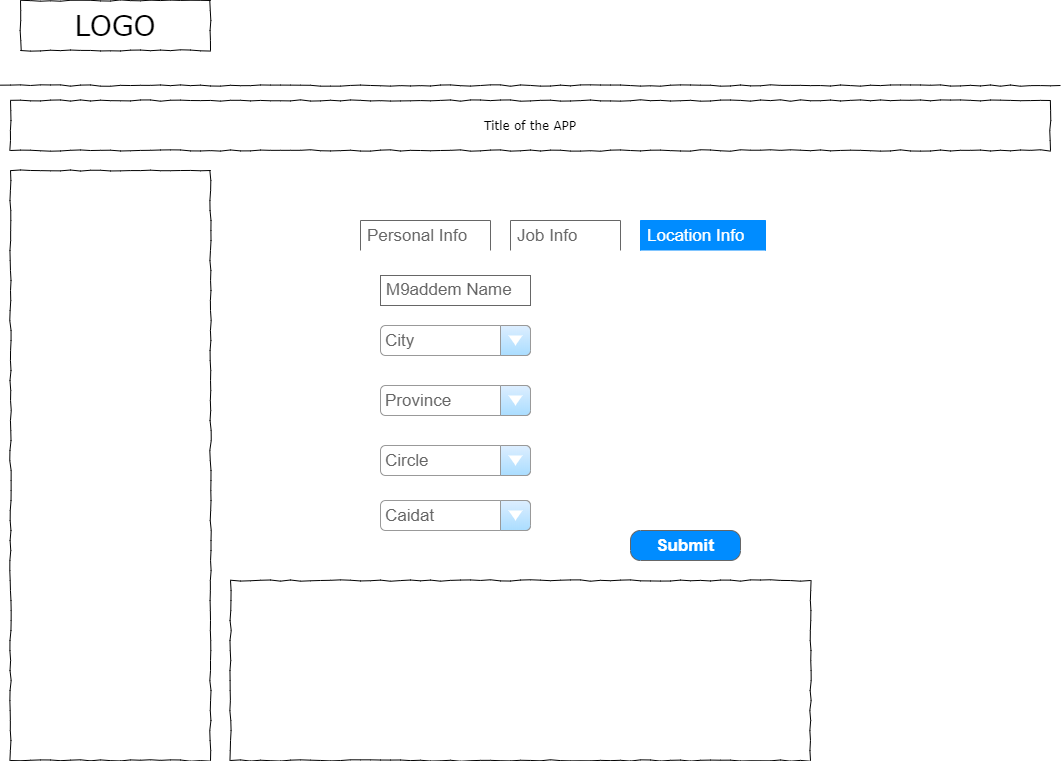
The draw.io diagram resources/wireframes/userRequestor/picture/UserRequestorForm3.png in incepter/Tayssir, before a commit. Source tidied: cells renumbered, new cells last; positions are measured from the earlier drawing's top-left corner, leaving out a move shared by most shapes. The source it was exported from:
```xml
<mxGraphModel>
  <root>
    <mxCell id="0" />
    <mxCell id="1" parent="0" />
    <mxCell id="2" value="LOGO" style="whiteSpace=wrap;html=1;rounded=0;shadow=0;labelBackgroundColor=none;strokeWidth=1;fontFamily=Verdana;fontSize=28;align=center;comic=1;" parent="1" vertex="1">
      <mxGeometry x="20" width="190" height="50" as="geometry" />
    </mxCell>
    <mxCell id="3" style="whiteSpace=wrap;html=1;rounded=0;shadow=0;labelBackgroundColor=none;strokeWidth=1;fillColor=none;fontFamily=Verdana;fontSize=12;align=center;comic=1;" parent="1" vertex="1">
      <mxGeometry x="10" y="170" width="200" height="590" as="geometry" />
    </mxCell>
    <mxCell id="4" style="line;strokeWidth=1;html=1;rounded=0;shadow=0;labelBackgroundColor=none;fillColor=none;fontFamily=Verdana;fontSize=14;fontColor=#000000;align=center;comic=1;" parent="1" vertex="1">
      <mxGeometry y="80" width="1060" height="10" as="geometry" />
    </mxCell>
    <mxCell id="5" value="Title of the APP" style="whiteSpace=wrap;html=1;rounded=0;shadow=0;labelBackgroundColor=none;strokeWidth=1;fillColor=none;fontFamily=Verdana;fontSize=12;align=center;comic=1;" parent="1" vertex="1">
      <mxGeometry x="10" y="100" width="1040" height="50" as="geometry" />
    </mxCell>
    <mxCell id="6" value="&lt;div style=&quot;text-align: justify&quot;&gt;&lt;br&gt;&lt;/div&gt;" style="whiteSpace=wrap;html=1;rounded=0;shadow=0;labelBackgroundColor=none;strokeWidth=1;fillColor=none;fontFamily=Verdana;fontSize=12;align=center;verticalAlign=top;spacing=10;comic=1;" parent="1" vertex="1">
      <mxGeometry x="230" y="580" width="580" height="180" as="geometry" />
    </mxCell>
    <mxCell id="7" value="Location Info" style="strokeWidth=1;shadow=0;dashed=0;align=center;html=1;shape=mxgraph.mockup.forms.uRect;fontSize=17;fontColor=#ffffff;align=left;spacingLeft=5;strokeColor=#008cff;fillColor=#008cff;" parent="1" vertex="1">
      <mxGeometry x="640" y="220" width="125" height="30" as="geometry" />
    </mxCell>
    <mxCell id="8" value="Job Info" style="strokeWidth=1;shadow=0;dashed=0;align=center;html=1;shape=mxgraph.mockup.forms.uRect;fontSize=17;fontColor=#666666;align=left;spacingLeft=5;strokeColor=#666666;" parent="1" vertex="1">
      <mxGeometry x="510" y="220" width="110" height="30" as="geometry" />
    </mxCell>
    <mxCell id="9" value="Personal Info" style="strokeWidth=1;shadow=0;dashed=0;align=center;html=1;shape=mxgraph.mockup.forms.uRect;fontSize=17;fontColor=#666666;align=left;spacingLeft=5;strokeColor=#666666;" parent="1" vertex="1">
      <mxGeometry x="360" y="220" width="130" height="30" as="geometry" />
    </mxCell>
    <mxCell id="10" value="Submit" style="strokeWidth=1;shadow=0;dashed=0;align=center;html=1;shape=mxgraph.mockup.buttons.button;strokeColor=#666666;fontColor=#ffffff;mainText=;buttonStyle=round;fontSize=17;fontStyle=1;fillColor=#008cff;whiteSpace=wrap;" parent="1" vertex="1">
      <mxGeometry x="630" y="530" width="110" height="30" as="geometry" />
    </mxCell>
    <mxCell id="11" value="City" style="strokeWidth=1;shadow=0;dashed=0;align=center;html=1;shape=mxgraph.mockup.forms.comboBox;strokeColor=#999999;fillColor=#ddeeff;align=left;fillColor2=#aaddff;mainText=;fontColor=#666666;fontSize=17;spacingLeft=3;" parent="1" vertex="1">
      <mxGeometry x="380" y="325" width="150" height="30" as="geometry" />
    </mxCell>
    <mxCell id="12" value="Province" style="strokeWidth=1;shadow=0;dashed=0;align=center;html=1;shape=mxgraph.mockup.forms.comboBox;strokeColor=#999999;fillColor=#ddeeff;align=left;fillColor2=#aaddff;mainText=;fontColor=#666666;fontSize=17;spacingLeft=3;" parent="1" vertex="1">
      <mxGeometry x="380" y="385" width="150" height="30" as="geometry" />
    </mxCell>
    <mxCell id="13" value="Circle" style="strokeWidth=1;shadow=0;dashed=0;align=center;html=1;shape=mxgraph.mockup.forms.comboBox;strokeColor=#999999;fillColor=#ddeeff;align=left;fillColor2=#aaddff;mainText=;fontColor=#666666;fontSize=17;spacingLeft=3;" parent="1" vertex="1">
      <mxGeometry x="380" y="445" width="150" height="30" as="geometry" />
    </mxCell>
    <mxCell id="14" value="M9addem Name" style="strokeWidth=1;shadow=0;dashed=0;align=center;html=1;shape=mxgraph.mockup.text.textBox;fontColor=#666666;align=left;fontSize=17;spacingLeft=4;spacingTop=-3;strokeColor=#666666;mainText=;" parent="1" vertex="1">
      <mxGeometry x="380" y="275" width="150" height="30" as="geometry" />
    </mxCell>
    <mxCell id="15" value="Caidat" style="strokeWidth=1;shadow=0;dashed=0;align=center;html=1;shape=mxgraph.mockup.forms.comboBox;strokeColor=#999999;fillColor=#ddeeff;align=left;fillColor2=#aaddff;mainText=;fontColor=#666666;fontSize=17;spacingLeft=3;" parent="1" vertex="1">
      <mxGeometry x="380" y="500" width="150" height="30" as="geometry" />
    </mxCell>
  </root>
</mxGraphModel>
```
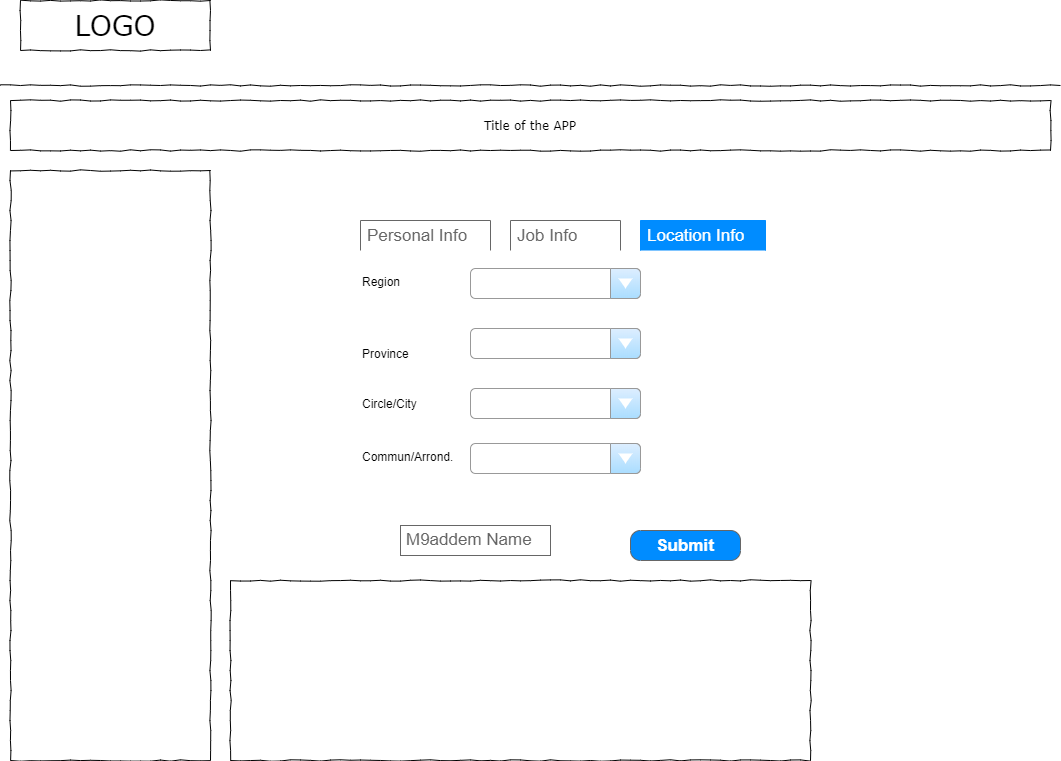
After the change.

Commit message:
[YMI][Tayssir] : UI Prototype #3 -wireframe for use cases of each of the userRequestor, m9addem and Caid

Diff of the diagram source:
```diff
@@ -29,20 +29,32 @@
     <mxCell id="10" value="Submit" style="strokeWidth=1;shadow=0;dashed=0;align=center;html=1;shape=mxgraph.mockup.buttons.button;strokeColor=#666666;fontColor=#ffffff;mainText=;buttonStyle=round;fontSize=17;fontStyle=1;fillColor=#008cff;whiteSpace=wrap;" parent="1" vertex="1">
       <mxGeometry x="630" y="530" width="110" height="30" as="geometry" />
     </mxCell>
-    <mxCell id="11" value="City" style="strokeWidth=1;shadow=0;dashed=0;align=center;html=1;shape=mxgraph.mockup.forms.comboBox;strokeColor=#999999;fillColor=#ddeeff;align=left;fillColor2=#aaddff;mainText=;fontColor=#666666;fontSize=17;spacingLeft=3;" parent="1" vertex="1">
-      <mxGeometry x="380" y="325" width="150" height="30" as="geometry" />
+    <mxCell id="11" style="strokeWidth=1;shadow=0;dashed=0;align=center;html=1;shape=mxgraph.mockup.forms.comboBox;strokeColor=#999999;fillColor=#ddeeff;align=left;fillColor2=#aaddff;mainText=;fontColor=#666666;fontSize=17;spacingLeft=3;" parent="1" vertex="1">
+      <mxGeometry x="470" y="268" width="170" height="30" as="geometry" />
     </mxCell>
-    <mxCell id="12" value="Province" style="strokeWidth=1;shadow=0;dashed=0;align=center;html=1;shape=mxgraph.mockup.forms.comboBox;strokeColor=#999999;fillColor=#ddeeff;align=left;fillColor2=#aaddff;mainText=;fontColor=#666666;fontSize=17;spacingLeft=3;" parent="1" vertex="1">
-      <mxGeometry x="380" y="385" width="150" height="30" as="geometry" />
+    <mxCell id="12" style="strokeWidth=1;shadow=0;dashed=0;align=center;html=1;shape=mxgraph.mockup.forms.comboBox;strokeColor=#999999;fillColor=#ddeeff;align=left;fillColor2=#aaddff;mainText=;fontColor=#666666;fontSize=17;spacingLeft=3;" parent="1" vertex="1">
+      <mxGeometry x="470" y="328" width="170" height="30" as="geometry" />
     </mxCell>
-    <mxCell id="13" value="Circle" style="strokeWidth=1;shadow=0;dashed=0;align=center;html=1;shape=mxgraph.mockup.forms.comboBox;strokeColor=#999999;fillColor=#ddeeff;align=left;fillColor2=#aaddff;mainText=;fontColor=#666666;fontSize=17;spacingLeft=3;" parent="1" vertex="1">
-      <mxGeometry x="380" y="445" width="150" height="30" as="geometry" />
+    <mxCell id="13" style="strokeWidth=1;shadow=0;dashed=0;align=center;html=1;shape=mxgraph.mockup.forms.comboBox;strokeColor=#999999;fillColor=#ddeeff;align=left;fillColor2=#aaddff;mainText=;fontColor=#666666;fontSize=17;spacingLeft=3;" parent="1" vertex="1">
+      <mxGeometry x="470" y="388" width="170" height="30" as="geometry" />
     </mxCell>
+    <mxCell id="15" style="strokeWidth=1;shadow=0;dashed=0;align=center;html=1;shape=mxgraph.mockup.forms.comboBox;strokeColor=#999999;fillColor=#ddeeff;align=left;fillColor2=#aaddff;mainText=;fontColor=#666666;fontSize=17;spacingLeft=3;" parent="1" vertex="1">
+      <mxGeometry x="470" y="443" width="170" height="30" as="geometry" />
+    </mxCell>
     <mxCell id="14" value="M9addem Name" style="strokeWidth=1;shadow=0;dashed=0;align=center;html=1;shape=mxgraph.mockup.text.textBox;fontColor=#666666;align=left;fontSize=17;spacingLeft=4;spacingTop=-3;strokeColor=#666666;mainText=;" parent="1" vertex="1">
-      <mxGeometry x="380" y="275" width="150" height="30" as="geometry" />
+      <mxGeometry x="400" y="525" width="150" height="30" as="geometry" />
     </mxCell>
-    <mxCell id="15" value="Caidat" style="strokeWidth=1;shadow=0;dashed=0;align=center;html=1;shape=mxgraph.mockup.forms.comboBox;strokeColor=#999999;fillColor=#ddeeff;align=left;fillColor2=#aaddff;mainText=;fontColor=#666666;fontSize=17;spacingLeft=3;" parent="1" vertex="1">
-      <mxGeometry x="380" y="500" width="150" height="30" as="geometry" />
-    </mxCell>
+    <mxCell id="16" value="Region" style="text;html=1;" parent="1" vertex="1">
+      <mxGeometry x="360" y="268" width="60" height="30" as="geometry" />
+    </mxCell>
+    <mxCell id="17" value="Province" style="text;html=1;" parent="1" vertex="1">
+      <mxGeometry x="360" y="340" width="70" height="30" as="geometry" />
+    </mxCell>
+    <mxCell id="18" value="Circle/City" style="text;html=1;" parent="1" vertex="1">
+      <mxGeometry x="360" y="390" width="80" height="30" as="geometry" />
+    </mxCell>
+    <mxCell id="19" value="Commun/Arrond." style="text;html=1;" parent="1" vertex="1">
+      <mxGeometry x="360" y="443" width="120" height="30" as="geometry" />
+    </mxCell>
   </root>
 </mxGraphModel>
```
